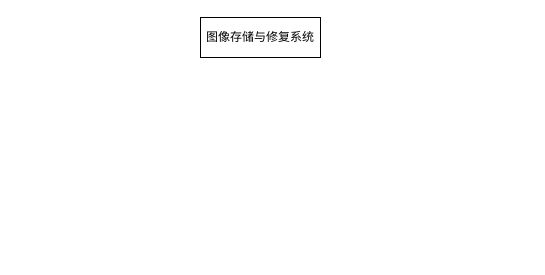
The draw.io diagram 未命名绘图.drawio in LiSoulSpace/GitBook, before the edit. Source tidied: cells renumbered, new cells numbered last; positions are measured from the earlier drawing's top-left corner, leaving out a move shared by most shapes. Both pictures are drawn from the tidied source at 100%, with x=0, y=0 at pixel (200, 17).
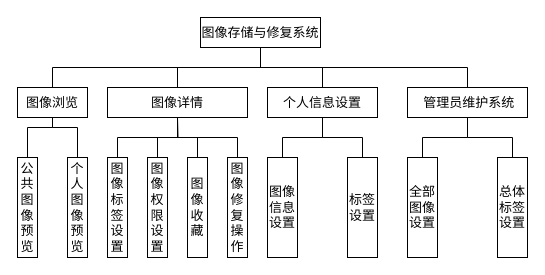
Above is the later version.

Commit message:
更新未命名绘图.drawio

The edit, as a diff of the source:
```diff
@@
+    <mxCell id="3" style="edgeStyle=orthogonalEdgeStyle;rounded=0;jettySize=auto;html=1;entryX=0.5;entryY=0;entryDx=0;entryDy=0;exitX=0.5;exitY=1;exitDx=0;exitDy=0;strokeColor=default;endArrow=none;endFill=0;fontFamily=宋体;" parent="1" edge="1" source="2" target="9">
+      <mxGeometry relative="1" as="geometry" />
+    </mxCell>
+    <mxCell id="4" style="rounded=0;jettySize=auto;html=1;exitX=0.5;exitY=1;exitDx=0;exitDy=0;entryX=0.5;entryY=0;entryDx=0;entryDy=0;edgeStyle=orthogonalEdgeStyle;endArrow=none;endFill=0;fontFamily=宋体;" parent="1" edge="1" source="2" target="20">
+      <mxGeometry relative="1" as="geometry" />
+    </mxCell>
+    <mxCell id="5" style="edgeStyle=orthogonalEdgeStyle;rounded=0;jettySize=auto;html=1;exitX=0.5;exitY=1;exitDx=0;exitDy=0;entryX=0.5;entryY=0;entryDx=0;entryDy=0;endArrow=none;endFill=0;fontFamily=宋体;" parent="1" edge="1" source="2" target="10">
+      <mxGeometry relative="1" as="geometry" />
+    </mxCell>
+    <mxCell id="6" style="edgeStyle=orthogonalEdgeStyle;rounded=0;jettySize=auto;html=1;exitX=0.5;exitY=1;exitDx=0;exitDy=0;endArrow=none;endFill=0;fontFamily=宋体;" parent="1" edge="1" source="2" target="13">
+      <mxGeometry relative="1" as="geometry" />
+    </mxCell>
-    <mxCell id="2" value="图像存储与修复系统" style="rounded=0;whiteSpace=wrap;html=1;fontFamily=Helvetica;" parent="1" vertex="1">
-      <mxGeometry width="120" height="40" as="geometry" />
+    <mxCell id="2" value="图像存储与修复系统" style="rounded=0;whiteSpace=wrap;html=1;fontFamily=宋体;fontSize=13;" parent="1" vertex="1">
+      <mxGeometry width="120" height="30" as="geometry" />
     </mxCell>
+    <mxCell id="7" style="edgeStyle=orthogonalEdgeStyle;shape=connector;rounded=0;jettySize=auto;html=1;exitX=0.5;exitY=1;exitDx=0;exitDy=0;entryX=0.5;entryY=0;entryDx=0;entryDy=0;labelBackgroundColor=default;strokeColor=default;fontFamily=宋体;fontSize=11;fontColor=default;endArrow=none;endFill=0;" parent="1" edge="1" source="9" target="14">
+      <mxGeometry relative="1" as="geometry">
+        <Array as="points">
+          <mxPoint x="-148" y="110" />
+          <mxPoint x="-173" y="110" />
+        </Array>
+      </mxGeometry>
+    </mxCell>
+    <mxCell id="8" style="edgeStyle=orthogonalEdgeStyle;shape=connector;rounded=0;jettySize=auto;html=1;exitX=0.5;exitY=1;exitDx=0;exitDy=0;entryX=0.5;entryY=0;entryDx=0;entryDy=0;labelBackgroundColor=default;strokeColor=default;fontFamily=宋体;fontSize=11;fontColor=default;endArrow=none;endFill=0;" parent="1" edge="1" source="9" target="15">
+      <mxGeometry relative="1" as="geometry">
+        <Array as="points">
+          <mxPoint x="-148" y="110" />
+          <mxPoint x="-123" y="110" />
+        </Array>
+      </mxGeometry>
+    </mxCell>
+    <mxCell id="9" value="图像浏览" style="rounded=0;whiteSpace=wrap;html=1;fontSize=13;fontFamily=宋体;" parent="1" vertex="1">
+      <mxGeometry x="-183" y="70" width="70" height="30" as="geometry" />
+    </mxCell>
+    <mxCell id="10" value="个人信息设置" style="rounded=0;whiteSpace=wrap;html=1;fontSize=13;fontFamily=宋体;" parent="1" vertex="1">
+      <mxGeometry x="67" y="70" width="110" height="30" as="geometry" />
+    </mxCell>
+    <mxCell id="11" style="edgeStyle=orthogonalEdgeStyle;shape=connector;rounded=0;jettySize=auto;html=1;exitX=0.5;exitY=1;exitDx=0;exitDy=0;entryX=0.5;entryY=0;entryDx=0;entryDy=0;labelBackgroundColor=default;strokeColor=default;fontFamily=宋体;fontSize=11;fontColor=default;endArrow=none;endFill=0;" parent="1" edge="1" source="13" target="29">
+      <mxGeometry relative="1" as="geometry" />
+    </mxCell>
+    <mxCell id="12" style="edgeStyle=orthogonalEdgeStyle;shape=connector;rounded=0;jettySize=auto;html=1;exitX=0.5;exitY=1;exitDx=0;exitDy=0;entryX=0.5;entryY=0;entryDx=0;entryDy=0;labelBackgroundColor=default;strokeColor=default;fontFamily=宋体;fontSize=11;fontColor=default;endArrow=none;endFill=0;" parent="1" edge="1" source="13" target="30">
+      <mxGeometry relative="1" as="geometry" />
+    </mxCell>
+    <mxCell id="13" value="&amp;nbsp;管理员维护系统" style="rounded=0;whiteSpace=wrap;html=1;fontSize=13;fontFamily=宋体;" parent="1" vertex="1">
+      <mxGeometry x="207" y="70" width="120" height="30" as="geometry" />
+    </mxCell>
+    <mxCell id="14" value="公共图像预览" style="rounded=0;whiteSpace=wrap;html=1;fontSize=13;fontFamily=宋体;" parent="1" vertex="1">
+      <mxGeometry x="-183" y="140" width="20" height="100" as="geometry" />
+    </mxCell>
+    <mxCell id="15" value="个人图像预览" style="rounded=0;whiteSpace=wrap;html=1;fontSize=13;fontFamily=宋体;" parent="1" vertex="1">
+      <mxGeometry x="-133" y="140" width="20" height="100" as="geometry" />
+    </mxCell>
+    <mxCell id="16" style="edgeStyle=orthogonalEdgeStyle;shape=connector;rounded=0;jettySize=auto;html=1;exitX=0.5;exitY=0;exitDx=0;exitDy=0;entryX=0.5;entryY=1;entryDx=0;entryDy=0;labelBackgroundColor=default;strokeColor=default;fontFamily=宋体;fontSize=11;fontColor=default;endArrow=none;endFill=0;" parent="1" edge="1" source="17" target="20">
+      <mxGeometry relative="1" as="geometry" />
+    </mxCell>
+    <mxCell id="17" value="图像标签设置" style="rounded=0;whiteSpace=wrap;html=1;fontSize=13;fontFamily=宋体;" parent="1" vertex="1">
+      <mxGeometry x="-93" y="140" width="20" height="100" as="geometry" />
+    </mxCell>
+    <mxCell id="18" style="edgeStyle=orthogonalEdgeStyle;shape=connector;rounded=0;jettySize=auto;html=1;exitX=0.5;exitY=0;exitDx=0;exitDy=0;labelBackgroundColor=default;strokeColor=default;fontFamily=宋体;fontSize=11;fontColor=default;endArrow=none;endFill=0;" parent="1" edge="1" source="19">
+      <mxGeometry relative="1" as="geometry">
+        <mxPoint x="-23" y="100" as="targetPoint" />
+        <Array as="points">
+          <mxPoint x="37" y="120" />
+          <mxPoint x="-23" y="120" />
+        </Array>
+      </mxGeometry>
+    </mxCell>
+    <mxCell id="19" value="图像修复操作" style="rounded=0;whiteSpace=wrap;html=1;fontSize=13;fontFamily=宋体;" parent="1" vertex="1">
+      <mxGeometry x="27" y="140" width="20" height="100" as="geometry" />
+    </mxCell>
+    <mxCell id="20" value="图像详情" style="rounded=0;whiteSpace=wrap;html=1;fontSize=13;fontFamily=宋体;" parent="1" vertex="1">
+      <mxGeometry x="-93" y="70" width="140" height="30" as="geometry" />
+    </mxCell>
+    <mxCell id="21" style="edgeStyle=orthogonalEdgeStyle;shape=connector;rounded=0;jettySize=auto;html=1;exitX=0.5;exitY=0;exitDx=0;exitDy=0;labelBackgroundColor=default;strokeColor=default;fontFamily=宋体;fontSize=11;fontColor=default;endArrow=none;endFill=0;" parent="1" edge="1" source="22">
+      <mxGeometry relative="1" as="geometry">
+        <mxPoint x="-23" y="110" as="targetPoint" />
+        <Array as="points">
+          <mxPoint x="-43" y="120" />
+          <mxPoint x="-23" y="120" />
+        </Array>
+      </mxGeometry>
+    </mxCell>
+    <mxCell id="22" value="图像权限设置" style="rounded=0;whiteSpace=wrap;html=1;fontSize=13;fontFamily=宋体;" parent="1" vertex="1">
+      <mxGeometry x="-53" y="140" width="20" height="100" as="geometry" />
+    </mxCell>
+    <mxCell id="23" style="edgeStyle=orthogonalEdgeStyle;shape=connector;rounded=0;jettySize=auto;html=1;exitX=0.5;exitY=0;exitDx=0;exitDy=0;labelBackgroundColor=default;strokeColor=default;fontFamily=宋体;fontSize=11;fontColor=default;endArrow=none;endFill=0;" parent="1" edge="1" source="24">
+      <mxGeometry relative="1" as="geometry">
+        <mxPoint x="-23" y="100" as="targetPoint" />
+      </mxGeometry>
+    </mxCell>
+    <mxCell id="24" value="图像收藏" style="rounded=0;whiteSpace=wrap;html=1;fontSize=13;fontFamily=宋体;" parent="1" vertex="1">
+      <mxGeometry x="-13" y="140" width="20" height="100" as="geometry" />
+    </mxCell>
+    <mxCell id="25" style="edgeStyle=orthogonalEdgeStyle;shape=connector;rounded=0;jettySize=auto;html=1;exitX=0.5;exitY=0;exitDx=0;exitDy=0;entryX=0.5;entryY=1;entryDx=0;entryDy=0;labelBackgroundColor=default;strokeColor=default;fontFamily=宋体;fontSize=11;fontColor=default;endArrow=none;endFill=0;" parent="1" edge="1" source="26" target="10">
+      <mxGeometry relative="1" as="geometry" />
+    </mxCell>
+    <mxCell id="26" value="图像信息设置" style="rounded=0;whiteSpace=wrap;html=1;fontSize=13;fontFamily=宋体;" parent="1" vertex="1">
+      <mxGeometry x="67" y="140" width="30" height="100" as="geometry" />
+    </mxCell>
+    <mxCell id="27" style="edgeStyle=orthogonalEdgeStyle;shape=connector;rounded=0;jettySize=auto;html=1;exitX=0.5;exitY=0;exitDx=0;exitDy=0;entryX=0.5;entryY=1;entryDx=0;entryDy=0;labelBackgroundColor=default;strokeColor=default;fontFamily=宋体;fontSize=11;fontColor=default;endArrow=none;endFill=0;" parent="1" edge="1" source="28" target="10">
+      <mxGeometry relative="1" as="geometry" />
+    </mxCell>
+    <mxCell id="28" value="标签设置" style="rounded=0;whiteSpace=wrap;html=1;fontSize=13;fontFamily=宋体;" parent="1" vertex="1">
+      <mxGeometry x="147" y="140" width="30" height="100" as="geometry" />
+    </mxCell>
+    <mxCell id="29" value="全部图像设置" style="rounded=0;whiteSpace=wrap;html=1;fontSize=13;fontFamily=宋体;" parent="1" vertex="1">
+      <mxGeometry x="207" y="140" width="30" height="100" as="geometry" />
+    </mxCell>
+    <mxCell id="30" value="总体标签设置" style="rounded=0;whiteSpace=wrap;html=1;fontSize=13;fontFamily=宋体;" parent="1" vertex="1">
+      <mxGeometry x="297" y="140" width="30" height="100" as="geometry" />
+    </mxCell>
```
